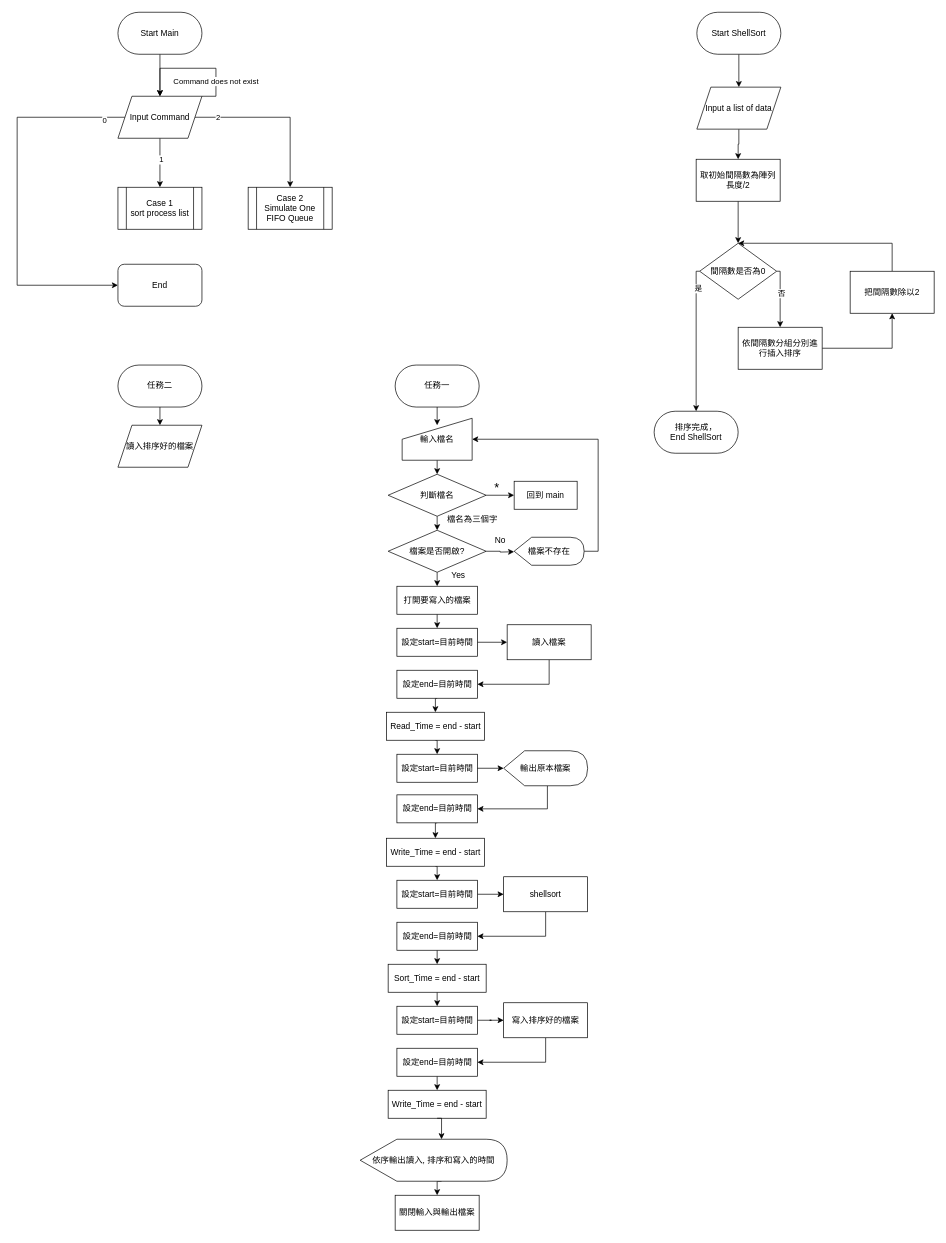
Above: DS1ex3_19_11127137_11127152/DS1ex3.drawio in ja-errorpro/CYCS_DS (draw.io), before the change. Source tidied: cells renumbered, new cells numbered last; positions are measured from the earlier drawing's top-left corner, leaving out a move shared by most shapes. Both pictures are drawn from the tidied source at 70%, with x=0, y=0 at pixel (17, 12).
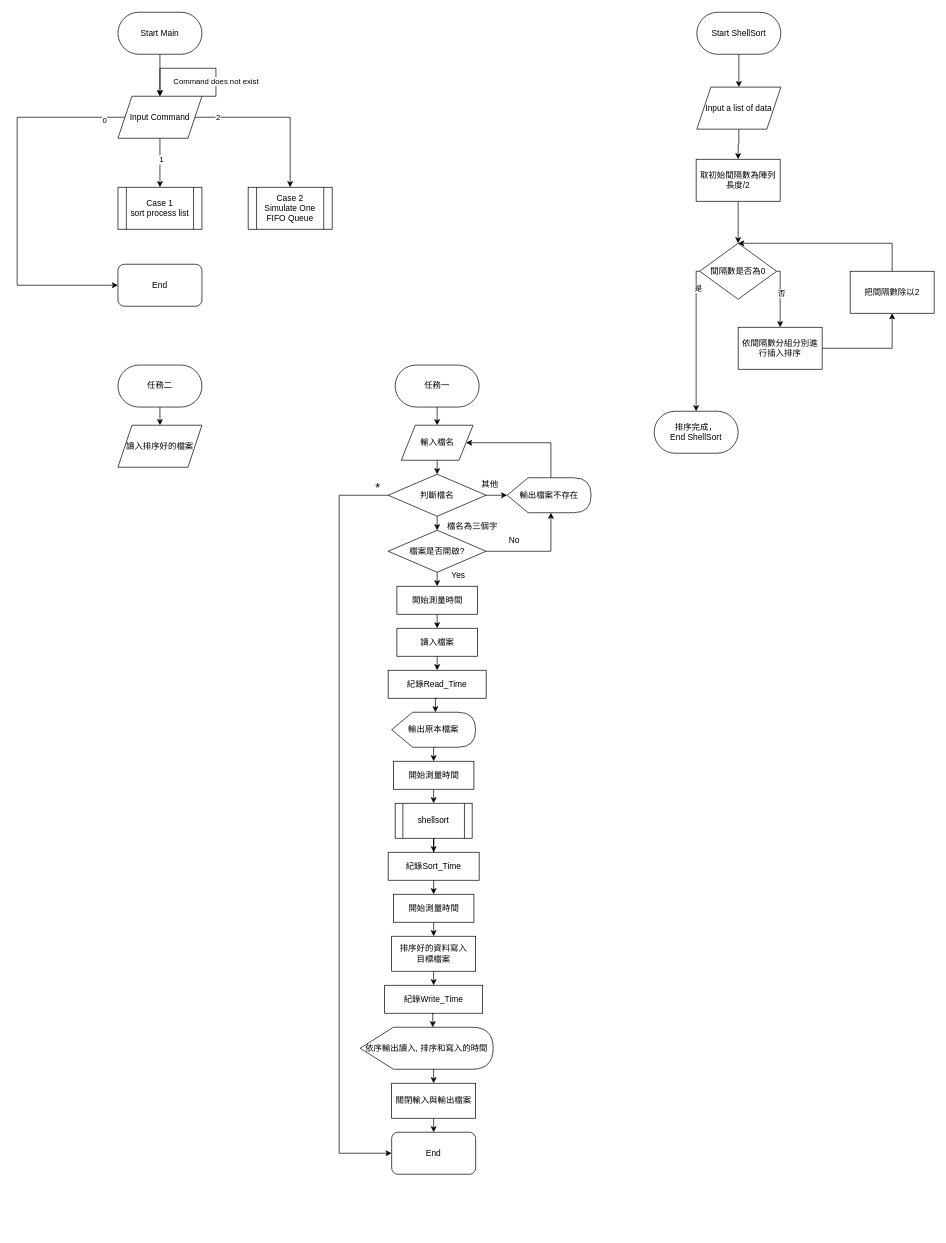
Above is the later version.

Commit message:
作業三任務一更新.drawio

Unchanged cells that the change refers to:
```xml
<mxCell id="41" value="判斷檔名" style="rhombus;whiteSpace=wrap;html=1;" parent="1" vertex="1">
  <mxGeometry x="530" y="660" width="140" height="60" as="geometry" />
</mxCell>
```

Diff of the diagram source:
```diff
@@
-    <mxCell id="37" style="edgeStyle=orthogonalEdgeStyle;rounded=0;jettySize=auto;html=1;exitX=0.5;exitY=1;exitDx=0;exitDy=0;entryX=0.5;entryY=0;entryDx=0;entryDy=0;" parent="1" edge="1" source="38" target="41">
-      <mxGeometry relative="1" as="geometry" />
+    <mxCell id="37" style="edgeStyle=orthogonalEdgeStyle;rounded=0;jettySize=auto;html=1;exitX=0.5;exitY=1;exitDx=0;exitDy=0;entryX=0.5;entryY=0;entryDx=0;entryDy=0;" parent="1" edge="1" target="41">
+      <mxGeometry relative="1" as="geometry">
+        <mxPoint x="600" y="640" as="sourcePoint" />
+      </mxGeometry>
     </mxCell>
-    <mxCell id="38" value="輸入檔名" style="shape=manualInput;whiteSpace=wrap;html=1;" parent="1" vertex="1">
-      <mxGeometry x="550" y="580" width="100" height="60" as="geometry" />
-    </mxCell>
-    <mxCell id="39" style="edgeStyle=orthogonalEdgeStyle;rounded=0;jettySize=auto;html=1;exitX=1;exitY=0.5;exitDx=0;exitDy=0;entryX=0;entryY=0.5;entryDx=0;entryDy=0;" parent="1" edge="1" source="41" target="42">
-      <mxGeometry relative="1" as="geometry" />
-    </mxCell>
-    <mxCell id="40" style="edgeStyle=orthogonalEdgeStyle;rounded=0;jettySize=auto;html=1;exitX=0.5;exitY=1;exitDx=0;exitDy=0;entryX=0.5;entryY=0;entryDx=0;entryDy=0;" parent="1" edge="1" source="41" target="46">
-      <mxGeometry relative="1" as="geometry" />
+    <mxCell id="40" style="edgeStyle=orthogonalEdgeStyle;rounded=0;jettySize=auto;html=1;exitX=0.5;exitY=1;exitDx=0;exitDy=0;entryX=0.5;entryY=0;entryDx=0;entryDy=0;" parent="1" edge="1" source="41">
+      <mxGeometry relative="1" as="geometry">
+        <mxPoint x="600" y="740" as="targetPoint" />
+      </mxGeometry>
     </mxCell>
+    <mxCell id="89" style="edgeStyle=orthogonalEdgeStyle;rounded=0;jettySize=auto;html=1;exitX=0;exitY=0.5;exitDx=0;exitDy=0;entryX=0;entryY=0.5;entryDx=0;entryDy=0;" parent="1" edge="1" source="41" target="95">
+      <mxGeometry relative="1" as="geometry">
+        <Array as="points">
+          <mxPoint x="460" y="690" />
+          <mxPoint x="460" y="1630" />
+        </Array>
+      </mxGeometry>
+    </mxCell>
@@
-    <mxCell id="42" value="回到 main" style="rounded=0;whiteSpace=wrap;html=1;" parent="1" vertex="1">
-      <mxGeometry x="710" y="670" width="90" height="40" as="geometry" />
-    </mxCell>
-    <mxCell id="43" value="&lt;font style=&quot;font-size: 18px;&quot;&gt;*&lt;/font&gt;" style="text;html=1;align=center;verticalAlign=middle;strokeColor=none;fillColor=none;" parent="1" vertex="1">
-      <mxGeometry x="670" y="660" width="30" height="40" as="geometry" />
-    </mxCell>
-    <mxCell id="44" style="edgeStyle=orthogonalEdgeStyle;rounded=0;jettySize=auto;html=1;exitX=1;exitY=0.5;exitDx=0;exitDy=0;" parent="1" edge="1" source="46">
-      <mxGeometry relative="1" as="geometry">
-        <mxPoint x="710" y="770.7" as="targetPoint" />
-      </mxGeometry>
-    </mxCell>
-    <mxCell id="45" style="edgeStyle=orthogonalEdgeStyle;rounded=0;jettySize=auto;html=1;exitX=0.5;exitY=1;exitDx=0;exitDy=0;entryX=0.5;entryY=0;entryDx=0;entryDy=0;" parent="1" edge="1" source="46" target="52">
-      <mxGeometry relative="1" as="geometry" />
-    </mxCell>
-    <mxCell id="46" value="檔案是否開啟?" style="rhombus;whiteSpace=wrap;html=1;" parent="1" vertex="1">
-      <mxGeometry x="530" y="740" width="140" height="60" as="geometry" />
-    </mxCell>
     <mxCell id="47" value="檔名為三個字" style="text;html=1;align=center;verticalAlign=middle;strokeColor=none;fillColor=none;" parent="1" vertex="1">
-      <mxGeometry x="600" y="710" width="100" height="30" as="geometry" />
+      <mxGeometry x="600" y="720" width="100" height="30" as="geometry" />
     </mxCell>
-    <mxCell id="48" style="edgeStyle=orthogonalEdgeStyle;rounded=0;jettySize=auto;html=1;exitX=1;exitY=0.5;exitDx=0;exitDy=0;exitPerimeter=0;entryX=1;entryY=0.5;entryDx=0;entryDy=0;" parent="1" edge="1" source="49" target="38">
-      <mxGeometry relative="1" as="geometry" />
-    </mxCell>
-    <mxCell id="49" value="檔案不存在" style="shape=display;whiteSpace=wrap;html=1;" parent="1" vertex="1">
-      <mxGeometry x="710" y="750" width="100" height="40" as="geometry" />
-    </mxCell>
-    <mxCell id="50" value="No" style="text;html=1;align=center;verticalAlign=middle;strokeColor=none;fillColor=none;" parent="1" vertex="1">
-      <mxGeometry x="670" y="740" width="40" height="30" as="geometry" />
-    </mxCell>
-    <mxCell id="51" style="edgeStyle=orthogonalEdgeStyle;rounded=0;jettySize=auto;html=1;exitX=0.5;exitY=1;exitDx=0;exitDy=0;entryX=0.5;entryY=0;entryDx=0;entryDy=0;" parent="1" edge="1" source="52" target="55">
-      <mxGeometry relative="1" as="geometry" />
-    </mxCell>
-    <mxCell id="52" value="打開要寫入的檔案" style="rounded=0;whiteSpace=wrap;html=1;" parent="1" vertex="1">
-      <mxGeometry x="542.5" y="820" width="115" height="40" as="geometry" />
-    </mxCell>
-    <mxCell id="53" value="Yes" style="text;html=1;align=center;verticalAlign=middle;strokeColor=none;fillColor=none;" parent="1" vertex="1">
-      <mxGeometry x="610" y="790" width="40" height="30" as="geometry" />
-    </mxCell>
-    <mxCell id="54" style="edgeStyle=orthogonalEdgeStyle;rounded=0;jettySize=auto;html=1;exitX=1;exitY=0.5;exitDx=0;exitDy=0;entryX=0;entryY=0.5;entryDx=0;entryDy=0;" parent="1" edge="1" source="55" target="57">
-      <mxGeometry relative="1" as="geometry" />
-    </mxCell>
+    <mxCell id="90" style="edgeStyle=orthogonalEdgeStyle;rounded=0;jettySize=auto;html=1;exitX=0.5;exitY=1;exitDx=0;exitDy=0;entryX=0.5;entryY=0;entryDx=0;entryDy=0;" parent="1" edge="1" source="55" target="59">
+      <mxGeometry relative="1" as="geometry" />
+    </mxCell>
-    <mxCell id="55" value="設定start=目前時間" style="rounded=0;whiteSpace=wrap;html=1;" parent="1" vertex="1">
-      <mxGeometry x="542.5" y="880" width="115" height="40" as="geometry" />
+    <mxCell id="55" value="開始測量時間" style="rounded=0;whiteSpace=wrap;html=1;" parent="1" vertex="1">
+      <mxGeometry x="542.5" y="820" width="115" height="40" as="geometry" />
     </mxCell>
-    <mxCell id="56" style="edgeStyle=orthogonalEdgeStyle;rounded=0;jettySize=auto;html=1;exitX=0.5;exitY=1;exitDx=0;exitDy=0;entryX=1;entryY=0.5;entryDx=0;entryDy=0;" parent="1" edge="1" source="57" target="59">
-      <mxGeometry relative="1" as="geometry" />
-    </mxCell>
-    <mxCell id="57" value="讀入檔案" style="rounded=0;whiteSpace=wrap;html=1;" parent="1" vertex="1">
-      <mxGeometry x="700" y="875" width="120" height="50" as="geometry" />
-    </mxCell>
@@
-    <mxCell id="59" value="設定end=目前時間" style="rounded=0;whiteSpace=wrap;html=1;" parent="1" vertex="1">
-      <mxGeometry x="542.5" y="940" width="115" height="40" as="geometry" />
+    <mxCell id="59" value="讀入檔案" style="rounded=0;whiteSpace=wrap;html=1;" parent="1" vertex="1">
+      <mxGeometry x="542.5" y="880" width="115" height="40" as="geometry" />
     </mxCell>
-    <mxCell id="60" style="edgeStyle=orthogonalEdgeStyle;rounded=0;jettySize=auto;html=1;exitX=0.5;exitY=1;exitDx=0;exitDy=0;entryX=0.5;entryY=0;entryDx=0;entryDy=0;" parent="1" edge="1" source="61" target="62">
-      <mxGeometry relative="1" as="geometry" />
-    </mxCell>
-    <mxCell id="61" value="Read_Time = end - start" style="rounded=0;whiteSpace=wrap;html=1;" parent="1" vertex="1">
-      <mxGeometry x="527.5" y="1000" width="140" height="40" as="geometry" />
+    <mxCell id="61" value="紀錄Read_Time" style="rounded=0;whiteSpace=wrap;html=1;" parent="1" vertex="1">
+      <mxGeometry x="530" y="940" width="140" height="40" as="geometry" />
     </mxCell>
-    <mxCell id="62" value="設定start=目前時間" style="rounded=0;whiteSpace=wrap;html=1;" parent="1" vertex="1">
-      <mxGeometry x="542.5" y="1060" width="115" height="40" as="geometry" />
-    </mxCell>
-    <mxCell id="63" style="edgeStyle=orthogonalEdgeStyle;rounded=0;jettySize=auto;html=1;exitX=0;exitY=0;exitDx=62.5;exitDy=50;exitPerimeter=0;entryX=1;entryY=0.5;entryDx=0;entryDy=0;" parent="1" edge="1" source="64" target="66">
-      <mxGeometry relative="1" as="geometry" />
-    </mxCell>
+    <mxCell id="91" style="edgeStyle=orthogonalEdgeStyle;rounded=0;jettySize=auto;html=1;exitX=0;exitY=0;exitDx=62.5;exitDy=50;exitPerimeter=0;entryX=0.5;entryY=0;entryDx=0;entryDy=0;" parent="1" edge="1" source="64" target="97">
+      <mxGeometry relative="1" as="geometry" />
+    </mxCell>
     <mxCell id="64" value="輸出原本檔案" style="shape=display;whiteSpace=wrap;html=1;" parent="1" vertex="1">
-      <mxGeometry x="695" y="1055" width="120" height="50" as="geometry" />
+      <mxGeometry x="535" y="1000" width="120" height="50" as="geometry" />
     </mxCell>
-    <mxCell id="65" style="edgeStyle=orthogonalEdgeStyle;rounded=0;jettySize=auto;html=1;exitX=0.5;exitY=1;exitDx=0;exitDy=0;entryX=0.5;entryY=0;entryDx=0;entryDy=0;" parent="1" edge="1" source="66" target="69">
-      <mxGeometry relative="1" as="geometry" />
-    </mxCell>
-    <mxCell id="66" value="設定end=目前時間" style="rounded=0;whiteSpace=wrap;html=1;" parent="1" vertex="1">
-      <mxGeometry x="542.5" y="1118" width="115" height="40" as="geometry" />
-    </mxCell>
-    <mxCell id="67" style="edgeStyle=orthogonalEdgeStyle;rounded=0;jettySize=auto;html=1;exitX=1;exitY=0.5;exitDx=0;exitDy=0;entryX=0;entryY=0.5;entryDx=0;entryDy=0;entryPerimeter=0;" parent="1" edge="1" source="62" target="64">
-      <mxGeometry relative="1" as="geometry" />
-    </mxCell>
-    <mxCell id="68" style="edgeStyle=orthogonalEdgeStyle;rounded=0;jettySize=auto;html=1;exitX=0.5;exitY=1;exitDx=0;exitDy=0;entryX=0.5;entryY=0;entryDx=0;entryDy=0;" parent="1" edge="1" source="69" target="71">
-      <mxGeometry relative="1" as="geometry" />
-    </mxCell>
-    <mxCell id="69" value="Write_Time = end - start" style="rounded=0;whiteSpace=wrap;html=1;" parent="1" vertex="1">
-      <mxGeometry x="527.5" y="1180" width="140" height="40" as="geometry" />
-    </mxCell>
-    <mxCell id="70" style="edgeStyle=orthogonalEdgeStyle;rounded=0;jettySize=auto;html=1;exitX=1;exitY=0.5;exitDx=0;exitDy=0;entryX=0;entryY=0.5;entryDx=0;entryDy=0;" parent="1" edge="1" source="71" target="75">
-      <mxGeometry relative="1" as="geometry" />
-    </mxCell>
-    <mxCell id="71" value="設定start=目前時間" style="rounded=0;whiteSpace=wrap;html=1;" parent="1" vertex="1">
-      <mxGeometry x="542.5" y="1240" width="115" height="40" as="geometry" />
-    </mxCell>
-    <mxCell id="72" style="edgeStyle=orthogonalEdgeStyle;rounded=0;jettySize=auto;html=1;exitX=0.5;exitY=1;exitDx=0;exitDy=0;entryX=0.5;entryY=0;entryDx=0;entryDy=0;" parent="1" edge="1" source="73" target="77">
-      <mxGeometry relative="1" as="geometry" />
-    </mxCell>
-    <mxCell id="73" value="設定end=目前時間" style="rounded=0;whiteSpace=wrap;html=1;" parent="1" vertex="1">
-      <mxGeometry x="542.5" y="1300" width="115" height="40" as="geometry" />
-    </mxCell>
-    <mxCell id="74" style="edgeStyle=orthogonalEdgeStyle;rounded=0;jettySize=auto;html=1;exitX=0.5;exitY=1;exitDx=0;exitDy=0;entryX=1;entryY=0.5;entryDx=0;entryDy=0;" parent="1" edge="1" source="75" target="73">
-      <mxGeometry relative="1" as="geometry" />
-    </mxCell>
-    <mxCell id="75" value="shellsort" style="rounded=0;whiteSpace=wrap;html=1;" parent="1" vertex="1">
-      <mxGeometry x="695" y="1235" width="120" height="50" as="geometry" />
-    </mxCell>
-    <mxCell id="76" style="edgeStyle=orthogonalEdgeStyle;rounded=0;jettySize=auto;html=1;exitX=0.5;exitY=1;exitDx=0;exitDy=0;entryX=0.5;entryY=0;entryDx=0;entryDy=0;" parent="1" edge="1" source="77" target="79">
-      <mxGeometry relative="1" as="geometry" />
-    </mxCell>
+    <mxCell id="92" style="edgeStyle=orthogonalEdgeStyle;rounded=0;jettySize=auto;html=1;exitX=0.5;exitY=1;exitDx=0;exitDy=0;entryX=0.5;entryY=0;entryDx=0;entryDy=0;" parent="1" edge="1" source="77" target="100">
+      <mxGeometry relative="1" as="geometry" />
+    </mxCell>
-    <mxCell id="77" value="Sort_Time = end - start" style="rounded=0;whiteSpace=wrap;html=1;" parent="1" vertex="1">
-      <mxGeometry x="530" y="1360" width="140" height="40" as="geometry" />
+    <mxCell id="77" value="紀錄Sort_Time" style="rounded=0;whiteSpace=wrap;html=1;" parent="1" vertex="1">
+      <mxGeometry x="530" y="1200" width="130" height="40" as="geometry" />
     </mxCell>
-    <mxCell id="78" style="edgeStyle=orthogonalEdgeStyle;rounded=0;jettySize=auto;html=1;exitX=1;exitY=0.5;exitDx=0;exitDy=0;" parent="1" edge="1" source="79" target="84">
-      <mxGeometry relative="1" as="geometry" />
-    </mxCell>
-    <mxCell id="79" value="設定start=目前時間" style="rounded=0;whiteSpace=wrap;html=1;" parent="1" vertex="1">
-      <mxGeometry x="542.5" y="1420" width="115" height="40" as="geometry" />
-    </mxCell>
-    <mxCell id="80" style="edgeStyle=orthogonalEdgeStyle;rounded=0;jettySize=auto;html=1;exitX=0.5;exitY=1;exitDx=0;exitDy=0;entryX=0.5;entryY=0;entryDx=0;entryDy=0;" parent="1" edge="1" source="81" target="82">
-      <mxGeometry relative="1" as="geometry" />
-    </mxCell>
-    <mxCell id="81" value="設定end=目前時間" style="rounded=0;whiteSpace=wrap;html=1;" parent="1" vertex="1">
-      <mxGeometry x="542.5" y="1480" width="115" height="40" as="geometry" />
-    </mxCell>
-    <mxCell id="82" value="Write_Time = end - start" style="rounded=0;whiteSpace=wrap;html=1;" parent="1" vertex="1">
-      <mxGeometry x="530" y="1540" width="140" height="40" as="geometry" />
+    <mxCell id="82" value="紀錄Write_Time" style="rounded=0;whiteSpace=wrap;html=1;" parent="1" vertex="1">
+      <mxGeometry x="525" y="1390" width="140" height="40" as="geometry" />
     </mxCell>
-    <mxCell id="83" style="edgeStyle=orthogonalEdgeStyle;rounded=0;jettySize=auto;html=1;exitX=0.5;exitY=1;exitDx=0;exitDy=0;entryX=1;entryY=0.5;entryDx=0;entryDy=0;" parent="1" edge="1" source="84" target="81">
-      <mxGeometry relative="1" as="geometry" />
-    </mxCell>
+    <mxCell id="93" style="edgeStyle=orthogonalEdgeStyle;rounded=0;jettySize=auto;html=1;exitX=0.5;exitY=1;exitDx=0;exitDy=0;entryX=0.5;entryY=0;entryDx=0;entryDy=0;" parent="1" edge="1" source="84" target="82">
+      <mxGeometry relative="1" as="geometry" />
+    </mxCell>
-    <mxCell id="84" value="寫入排序好的檔案" style="rounded=0;whiteSpace=wrap;html=1;" parent="1" vertex="1">
-      <mxGeometry x="695" y="1415" width="120" height="50" as="geometry" />
+    <mxCell id="84" value="排序好的資料寫入&lt;br&gt;目標檔案" style="rounded=0;whiteSpace=wrap;html=1;" parent="1" vertex="1">
+      <mxGeometry x="535" y="1320" width="120" height="50" as="geometry" />
     </mxCell>
-    <mxCell id="85" style="edgeStyle=orthogonalEdgeStyle;rounded=0;jettySize=auto;html=1;exitX=0;exitY=0;exitDx=116.25;exitDy=60;exitPerimeter=0;entryX=0.5;entryY=0;entryDx=0;entryDy=0;" parent="1" edge="1" source="86" target="88">
+    <mxCell id="85" style="edgeStyle=orthogonalEdgeStyle;rounded=0;jettySize=auto;html=1;exitX=0;exitY=0;exitDx=103.75;exitDy=60;exitPerimeter=0;entryX=0.5;entryY=0;entryDx=0;entryDy=0;" parent="1" edge="1" source="86" target="88">
       <mxGeometry relative="1" as="geometry" />
     </mxCell>
     <mxCell id="86" value="依序輸出讀入, 排序和寫入的時間" style="shape=display;whiteSpace=wrap;html=1;" parent="1" vertex="1">
-      <mxGeometry x="490" y="1610" width="210" height="60" as="geometry" />
+      <mxGeometry x="490" y="1450" width="190" height="60" as="geometry" />
     </mxCell>
+    <mxCell id="94" style="edgeStyle=orthogonalEdgeStyle;rounded=0;jettySize=auto;html=1;exitX=0.5;exitY=1;exitDx=0;exitDy=0;entryX=0.5;entryY=0;entryDx=0;entryDy=0;" parent="1" edge="1" source="88" target="95">
+      <mxGeometry relative="1" as="geometry" />
+    </mxCell>
+    <mxCell id="88" value="關閉輸入與輸出檔案" style="rounded=0;whiteSpace=wrap;html=1;" parent="1" vertex="1">
+      <mxGeometry x="535" y="1530" width="120" height="50" as="geometry" />
+    </mxCell>
+    <mxCell id="95" value="End" style="rounded=1;whiteSpace=wrap;html=1;" parent="1" vertex="1">
+      <mxGeometry x="535" y="1600" width="120" height="60" as="geometry" />
+    </mxCell>
+    <mxCell id="96" style="edgeStyle=orthogonalEdgeStyle;rounded=0;jettySize=auto;html=1;exitX=0.5;exitY=1;exitDx=0;exitDy=0;entryX=0.5;entryY=0;entryDx=0;entryDy=0;" parent="1" edge="1" source="97" target="75">
+      <mxGeometry relative="1" as="geometry" />
+    </mxCell>
+    <mxCell id="97" value="開始測量時間" style="rounded=0;whiteSpace=wrap;html=1;" parent="1" vertex="1">
+      <mxGeometry x="537.5" y="1070" width="115" height="40" as="geometry" />
+    </mxCell>
+    <mxCell id="38" value="輸入檔名" style="shape=parallelogram;perimeter=parallelogramPerimeter;whiteSpace=wrap;html=1;fixedSize=1;" parent="1" vertex="1">
+      <mxGeometry x="548.8" y="590" width="102.5" height="50" as="geometry" />
+    </mxCell>
+    <mxCell id="98" style="edgeStyle=orthogonalEdgeStyle;rounded=0;jettySize=auto;html=1;exitX=0.5;exitY=1;exitDx=0;exitDy=0;entryX=0.5;entryY=0;entryDx=0;entryDy=0;" parent="1" edge="1" source="46" target="55">
+      <mxGeometry relative="1" as="geometry" />
+    </mxCell>
+    <mxCell id="46" value="檔案是否開啟?" style="rhombus;whiteSpace=wrap;html=1;" parent="1" vertex="1">
+      <mxGeometry x="530" y="740" width="140" height="60" as="geometry" />
+    </mxCell>
+    <mxCell id="99" style="edgeStyle=orthogonalEdgeStyle;rounded=0;jettySize=auto;html=1;exitX=0.5;exitY=1;exitDx=0;exitDy=0;entryX=0.5;entryY=0;entryDx=0;entryDy=0;" parent="1" edge="1" source="100" target="84">
+      <mxGeometry relative="1" as="geometry" />
+    </mxCell>
+    <mxCell id="100" value="開始測量時間" style="rounded=0;whiteSpace=wrap;html=1;" parent="1" vertex="1">
+      <mxGeometry x="537.5" y="1260" width="115" height="40" as="geometry" />
+    </mxCell>
+    <mxCell id="101" style="edgeStyle=orthogonalEdgeStyle;rounded=0;jettySize=auto;html=1;exitX=0.5;exitY=1;exitDx=0;exitDy=0;" parent="1" edge="1" source="75" target="77">
+      <mxGeometry relative="1" as="geometry" />
+    </mxCell>
+    <mxCell id="75" value="shellsort" style="shape=process;whiteSpace=wrap;html=1;backgroundOutline=1;" parent="1" vertex="1">
+      <mxGeometry x="540" y="1130" width="110" height="50" as="geometry" />
+    </mxCell>
+    <mxCell id="43" value="&lt;font style=&quot;font-size: 18px;&quot;&gt;*&lt;/font&gt;" style="text;html=1;align=center;verticalAlign=middle;strokeColor=none;fillColor=none;" parent="1" vertex="1">
+      <mxGeometry x="500" y="660" width="30" height="40" as="geometry" />
+    </mxCell>
+    <mxCell id="102" style="edgeStyle=orthogonalEdgeStyle;rounded=0;jettySize=auto;html=1;exitX=0;exitY=0;exitDx=62.5;exitDy=0;exitPerimeter=0;entryX=1;entryY=0.5;entryDx=0;entryDy=0;" parent="1" edge="1" source="103" target="38">
+      <mxGeometry relative="1" as="geometry">
+        <Array as="points">
+          <mxPoint x="763" y="615" />
+        </Array>
+      </mxGeometry>
+    </mxCell>
+    <mxCell id="103" value="輸出檔案不存在" style="shape=display;whiteSpace=wrap;html=1;" parent="1" vertex="1">
+      <mxGeometry x="700" y="665" width="120" height="50" as="geometry" />
+    </mxCell>
+    <mxCell id="104" style="edgeStyle=orthogonalEdgeStyle;rounded=0;jettySize=auto;html=1;exitX=1;exitY=0.5;exitDx=0;exitDy=0;entryX=0;entryY=0.5;entryDx=0;entryDy=0;entryPerimeter=0;" parent="1" edge="1" source="41" target="103">
+      <mxGeometry relative="1" as="geometry" />
+    </mxCell>
+    <mxCell id="105" value="其他" style="text;html=1;align=center;verticalAlign=middle;strokeColor=none;fillColor=none;" parent="1" vertex="1">
+      <mxGeometry x="650" y="660" width="50" height="30" as="geometry" />
+    </mxCell>
+    <mxCell id="106" style="edgeStyle=orthogonalEdgeStyle;rounded=0;jettySize=auto;html=1;exitX=1;exitY=0.5;exitDx=0;exitDy=0;entryX=0;entryY=0;entryDx=62.5;entryDy=50;entryPerimeter=0;" parent="1" edge="1" source="46" target="103">
+      <mxGeometry relative="1" as="geometry" />
+    </mxCell>
+    <mxCell id="50" value="No" style="text;html=1;align=center;verticalAlign=middle;strokeColor=none;fillColor=none;" parent="1" vertex="1">
+      <mxGeometry x="690" y="740" width="40" height="30" as="geometry" />
+    </mxCell>
+    <mxCell id="53" value="Yes" style="text;html=1;align=center;verticalAlign=middle;strokeColor=none;fillColor=none;" parent="1" vertex="1">
+      <mxGeometry x="610" y="790" width="40" height="30" as="geometry" />
+    </mxCell>
+    <mxCell id="107" style="edgeStyle=orthogonalEdgeStyle;rounded=0;jettySize=auto;html=1;exitX=0.5;exitY=1;exitDx=0;exitDy=0;entryX=0;entryY=0;entryDx=62.5;entryDy=0;entryPerimeter=0;" parent="1" edge="1" source="61" target="64">
+      <mxGeometry relative="1" as="geometry" />
+    </mxCell>
-    <mxCell id="87" style="edgeStyle=orthogonalEdgeStyle;rounded=0;jettySize=auto;html=1;exitX=0.5;exitY=1;exitDx=0;exitDy=0;entryX=0;entryY=0;entryDx=116.25;entryDy=0;entryPerimeter=0;" parent="1" edge="1" source="82" target="86">
+    <mxCell id="87" style="edgeStyle=orthogonalEdgeStyle;rounded=0;jettySize=auto;html=1;exitX=0.5;exitY=1;exitDx=0;exitDy=0;entryX=0;entryY=0;entryDx=103.75;entryDy=0;entryPerimeter=0;" parent="1" edge="1" source="82" target="86">
       <mxGeometry relative="1" as="geometry" />
     </mxCell>
-    <mxCell id="88" value="關閉輸入與輸出檔案" style="rounded=0;whiteSpace=wrap;html=1;" parent="1" vertex="1">
-      <mxGeometry x="540" y="1690" width="120" height="50" as="geometry" />
-    </mxCell>
```
